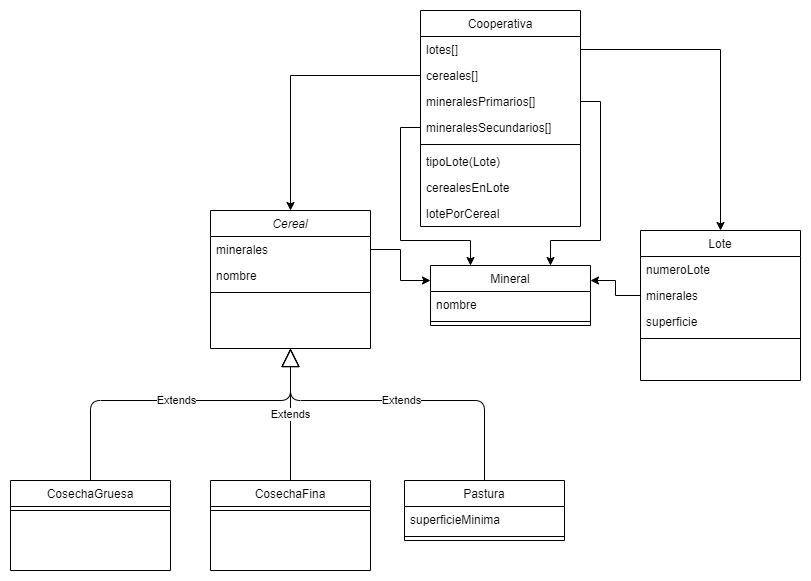
This is Practico 5/src/ejercicio3/Ejercicio 3 Prac 5 - Diagram.png from fdcrespi/programacion2, a draw.io export, as it was before one commit. Source tidied: cells renumbered, new cells last; positions are measured from the earlier drawing's top-left corner, leaving out a move shared by most shapes.
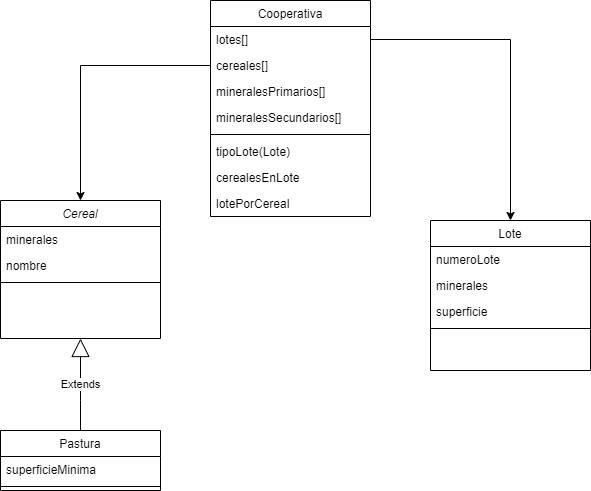
After the commit.

Diff of the diagram source:
```diff
@@ -14,18 +14,6 @@
     <mxCell id="5" style="line;html=1;strokeWidth=1;align=left;verticalAlign=middle;spacingTop=-1;spacingLeft=3;spacingRight=3;labelPosition=right;" parent="2" vertex="1">
       <mxGeometry y="78" width="160" height="8" as="geometry" />
     </mxCell>
-    <mxCell id="6" value="CosechaGruesa" style="swimlane;fontStyle=0;align=center;verticalAlign=top;horizontal=1;startSize=26;rounded=0;shadow=0;strokeWidth=1;" parent="1" vertex="1">
-      <mxGeometry y="470" width="160" height="90" as="geometry" />
-    </mxCell>
-    <mxCell id="7" style="line;html=1;strokeWidth=1;align=left;verticalAlign=middle;spacingTop=-1;spacingLeft=3;spacingRight=3;labelPosition=right;" parent="6" vertex="1">
-      <mxGeometry y="26" width="160" height="8" as="geometry" />
-    </mxCell>
-    <mxCell id="8" value="CosechaFina" style="swimlane;fontStyle=0;align=center;verticalAlign=top;horizontal=1;startSize=26;rounded=0;shadow=0;strokeWidth=1;" parent="1" vertex="1">
-      <mxGeometry x="200" y="470" width="160" height="90" as="geometry" />
-    </mxCell>
-    <mxCell id="9" style="line;html=1;strokeWidth=1;align=left;verticalAlign=middle;spacingTop=-1;spacingLeft=3;spacingRight=3;labelPosition=right;" parent="8" vertex="1">
-      <mxGeometry y="26" width="160" height="8" as="geometry" />
-    </mxCell>
     <mxCell id="10" value="Lote" style="swimlane;fontStyle=0;align=center;verticalAlign=top;horizontal=1;startSize=26;rounded=0;shadow=0;strokeWidth=1;" parent="1" vertex="1">
       <mxGeometry x="630" y="220" width="160" height="150" as="geometry" />
     </mxCell>
@@ -42,7 +30,7 @@
       <mxGeometry y="104" width="160" height="8" as="geometry" />
     </mxCell>
     <mxCell id="15" value="Pastura" style="swimlane;fontStyle=0;align=center;verticalAlign=top;horizontal=1;startSize=26;" parent="1" vertex="1">
-      <mxGeometry x="394" y="470" width="160" height="60" as="geometry" />
+      <mxGeometry x="200" y="430" width="160" height="60" as="geometry" />
     </mxCell>
     <mxCell id="16" value="superficieMinima" style="text;strokeColor=none;fillColor=none;align=left;verticalAlign=top;spacingLeft=4;spacingRight=4;overflow=hidden;" parent="15" vertex="1">
       <mxGeometry y="26" width="160" height="26" as="geometry" />
@@ -77,58 +65,13 @@
     <mxCell id="26" value="lotePorCereal" style="text;strokeColor=none;fillColor=none;align=left;verticalAlign=top;spacingLeft=4;spacingRight=4;overflow=hidden;" parent="18" vertex="1">
       <mxGeometry y="190" width="160" height="26" as="geometry" />
     </mxCell>
-    <mxCell id="27" value="Mineral" style="swimlane;fontStyle=0;align=center;verticalAlign=top;horizontal=1;startSize=26;" parent="1" vertex="1">
-      <mxGeometry x="420" y="255" width="160" height="60" as="geometry" />
-    </mxCell>
-    <mxCell id="28" value="nombre" style="text;strokeColor=none;fillColor=none;align=left;verticalAlign=top;spacingLeft=4;spacingRight=4;overflow=hidden;" parent="27" vertex="1">
-      <mxGeometry y="26" width="160" height="26" as="geometry" />
-    </mxCell>
-    <mxCell id="29" style="line;strokeWidth=1;fillColor=none;align=left;verticalAlign=middle;spacingTop=-1;spacingLeft=3;spacingRight=3;labelPosition=right;" parent="27" vertex="1">
-      <mxGeometry y="52" width="160" height="8" as="geometry" />
-    </mxCell>
-    <mxCell id="30" style="edgeStyle=orthogonalEdgeStyle;rounded=0;jettySize=auto;html=1;entryX=1;entryY=0.25;entryDx=0;entryDy=0;" parent="1" edge="1" source="12" target="27">
-      <mxGeometry relative="1" as="geometry" />
-    </mxCell>
-    <mxCell id="31" style="edgeStyle=orthogonalEdgeStyle;rounded=0;jettySize=auto;html=1;entryX=0;entryY=0.25;entryDx=0;entryDy=0;" parent="1" edge="1" source="3" target="27">
-      <mxGeometry relative="1" as="geometry" />
-    </mxCell>
-    <mxCell id="32" style="edgeStyle=orthogonalEdgeStyle;rounded=0;jettySize=auto;html=1;entryX=0.75;entryY=0;entryDx=0;entryDy=0;exitX=1;exitY=0.5;exitDx=0;exitDy=0;" parent="1" edge="1" source="21" target="27">
-      <mxGeometry relative="1" as="geometry">
-        <Array as="points">
-          <mxPoint x="590" y="91" />
-          <mxPoint x="590" y="230" />
-          <mxPoint x="540" y="230" />
-        </Array>
-      </mxGeometry>
-    </mxCell>
-    <mxCell id="33" style="edgeStyle=orthogonalEdgeStyle;rounded=0;jettySize=auto;html=1;entryX=0.25;entryY=0;entryDx=0;entryDy=0;exitX=0;exitY=0.5;exitDx=0;exitDy=0;" parent="1" edge="1" source="22" target="27">
-      <mxGeometry relative="1" as="geometry">
-        <Array as="points">
-          <mxPoint x="390" y="117" />
-          <mxPoint x="390" y="230" />
-          <mxPoint x="460" y="230" />
-        </Array>
-      </mxGeometry>
-    </mxCell>
-    <mxCell id="34" value="Extends" style="endArrow=block;endSize=16;endFill=0;html=1;exitX=0.5;exitY=0;exitDx=0;exitDy=0;" parent="1" edge="1" source="8" target="2">
-      <mxGeometry relative="1" as="geometry" />
-    </mxCell>
     <mxCell id="35" value="Extends" style="endArrow=block;endSize=16;endFill=0;html=1;exitX=0.5;exitY=0;exitDx=0;exitDy=0;" parent="1" edge="1" source="15" target="2">
       <mxGeometry relative="1" as="geometry">
         <Array as="points">
-          <mxPoint x="474" y="390" />
           <mxPoint x="280" y="390" />
         </Array>
       </mxGeometry>
     </mxCell>
-    <mxCell id="36" value="Extends" style="endArrow=block;endSize=16;endFill=0;html=1;exitX=0.5;exitY=0;exitDx=0;exitDy=0;" parent="1" edge="1" source="6" target="2">
-      <mxGeometry relative="1" as="geometry">
-        <Array as="points">
-          <mxPoint x="80" y="390" />
-          <mxPoint x="280" y="390" />
-        </Array>
-      </mxGeometry>
-    </mxCell>
     <mxCell id="37" style="edgeStyle=orthogonalEdgeStyle;rounded=0;jettySize=auto;html=1;entryX=0.5;entryY=0;entryDx=0;entryDy=0;" parent="1" edge="1" source="19" target="10">
       <mxGeometry relative="1" as="geometry" />
     </mxCell>
```
